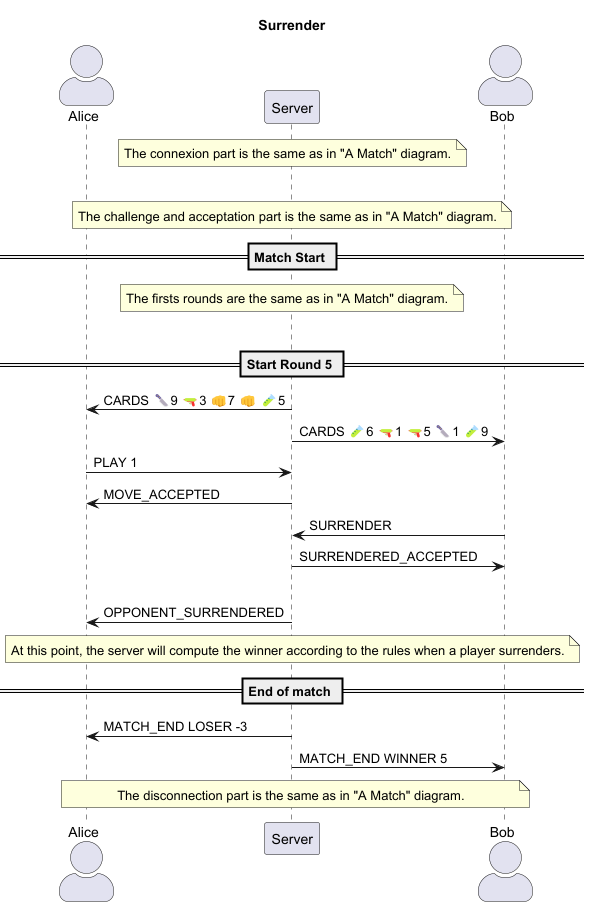
This is Documents/protocol_digrams/card-jitSUS-surrender.png from Ischi-Leyre/dai-pw2-card-jitSUS, a PlantUML export, as it was before one commit.
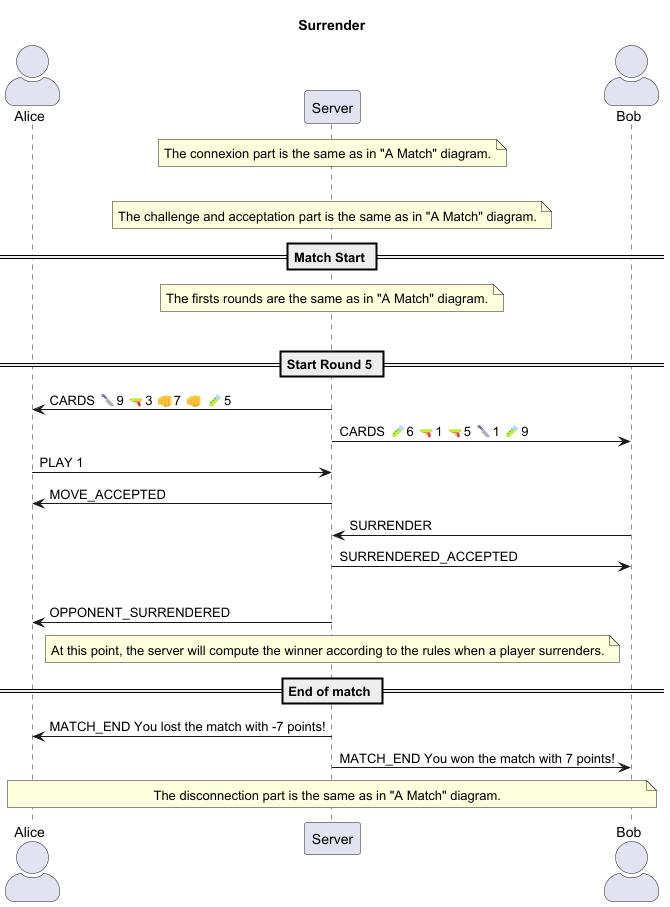
Above is the later version.

What changed in the source:
```diff
@@ -40,8 +40,8 @@
 endnote
 
 == End of match ==
-s -> c1 : MATCH_END LOSER -3
-s -> c2 : MATCH_END WINNER 5
+s -> c1 : MATCH_END You lost the match with -7 points!
+s -> c2 : MATCH_END You won the match with 7 points!
 
 note over c1, c2
 The disconnection part is the same as in "A Match" diagram.
```
